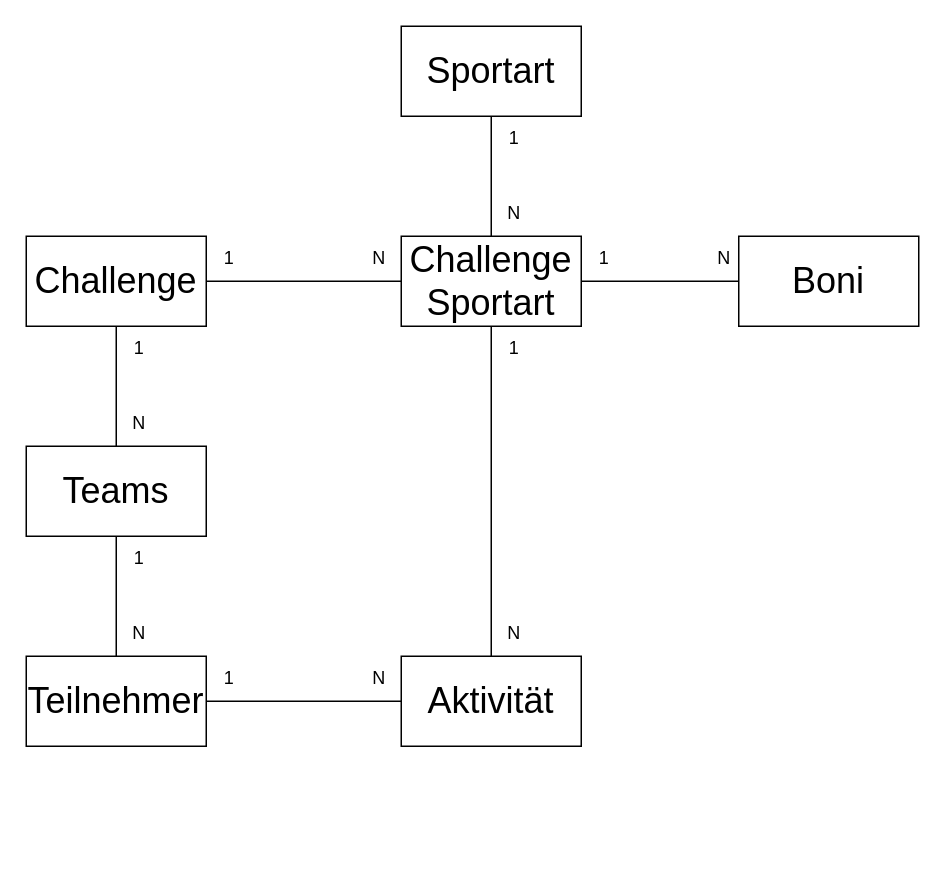
Before: Dokumente/Diagramme/ER.drawio in JasonDuffy/Sport-Challenge-Project, a draw.io diagram. Source tidied: cells renumbered, new cells numbered last; positions are measured from the earlier drawing's top-left corner, leaving out a move shared by most shapes. Both pictures are drawn from the tidied source at 150%, with x=0, y=0 at pixel (26, 26).
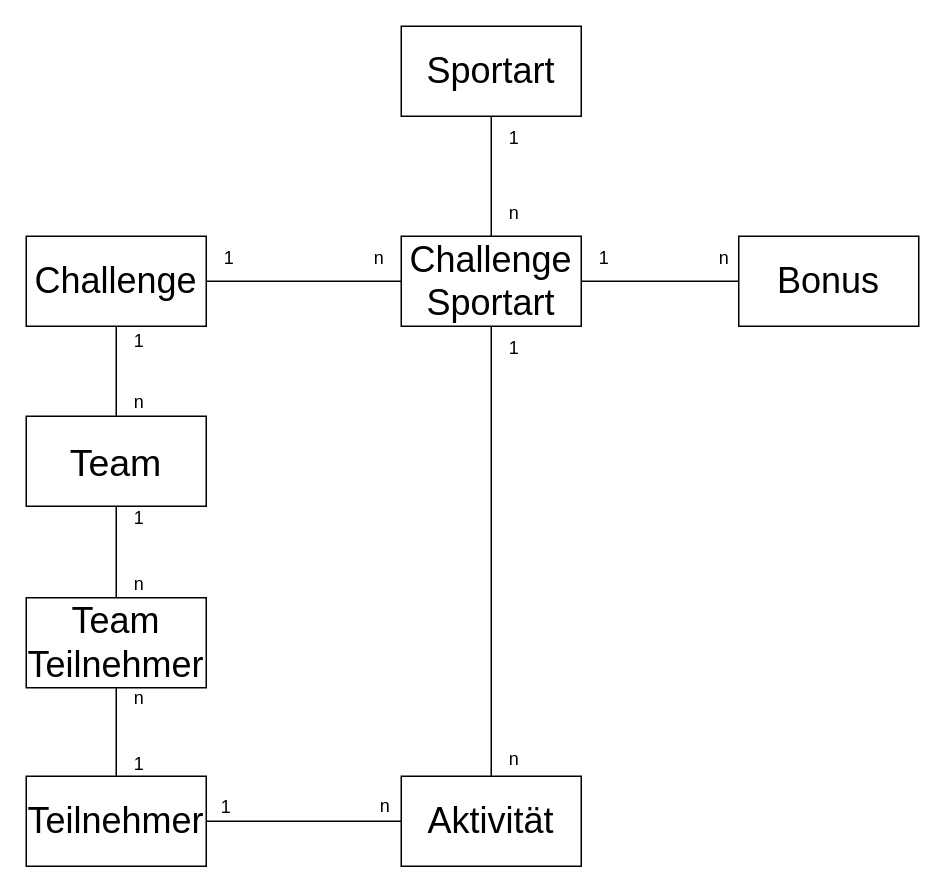
After the change.

Commit message (it also covers changes not shown here):
docs: ER-Diagramm verbessert, Klassendiagramm hinzugefügt, Diagramme zur Dokumentation hinzugefügt

Change to the diagram source:
```diff
@@
-    <mxCell id="3" value="N" style="text;html=1;align=center;verticalAlign=middle;strokeColor=none;fillColor=none;" parent="1" vertex="1">
-      <mxGeometry x="60" y="390" width="30" height="30" as="geometry" />
+    <mxCell id="3" value="n" style="text;html=1;align=center;verticalAlign=middle;strokeColor=none;fillColor=none;" parent="1" vertex="1">
+      <mxGeometry x="224" y="505" width="30" height="30" as="geometry" />
     </mxCell>
-    <mxCell id="4" value="N" style="text;html=1;align=center;verticalAlign=middle;strokeColor=none;fillColor=none;" parent="1" vertex="1">
-      <mxGeometry x="60" y="250" width="30" height="30" as="geometry" />
+    <mxCell id="4" value="n" style="text;html=1;align=center;verticalAlign=middle;strokeColor=none;fillColor=none;" parent="1" vertex="1">
+      <mxGeometry x="60" y="236" width="30" height="30" as="geometry" />
     </mxCell>
-    <mxCell id="5" value="N" style="text;html=1;align=center;verticalAlign=middle;strokeColor=none;fillColor=none;" parent="1" vertex="1">
+    <mxCell id="5" value="n" style="text;html=1;align=center;verticalAlign=middle;strokeColor=none;fillColor=none;" parent="1" vertex="1">
       <mxGeometry x="220" y="140" width="30" height="30" as="geometry" />
     </mxCell>
-    <mxCell id="6" value="N" style="text;html=1;align=center;verticalAlign=middle;strokeColor=none;fillColor=none;" parent="1" vertex="1">
+    <mxCell id="6" value="n" style="text;html=1;align=center;verticalAlign=middle;strokeColor=none;fillColor=none;" parent="1" vertex="1">
       <mxGeometry x="310" y="110" width="30" height="30" as="geometry" />
     </mxCell>
-    <mxCell id="7" value="N" style="text;html=1;align=center;verticalAlign=middle;strokeColor=none;fillColor=none;" parent="1" vertex="1">
+    <mxCell id="7" value="n" style="text;html=1;align=center;verticalAlign=middle;strokeColor=none;fillColor=none;" parent="1" vertex="1">
       <mxGeometry x="450" y="140" width="30" height="30" as="geometry" />
     </mxCell>
-    <mxCell id="8" value="N" style="text;html=1;align=center;verticalAlign=middle;strokeColor=none;fillColor=none;" parent="1" vertex="1">
-      <mxGeometry x="220" y="420" width="30" height="30" as="geometry" />
+    <mxCell id="8" value="n" style="text;html=1;align=center;verticalAlign=middle;strokeColor=none;fillColor=none;" parent="1" vertex="1">
+      <mxGeometry x="60" y="433" width="30" height="30" as="geometry" />
     </mxCell>
-    <mxCell id="9" value="N" style="text;html=1;align=center;verticalAlign=middle;strokeColor=none;fillColor=none;" parent="1" vertex="1">
-      <mxGeometry x="310" y="390" width="30" height="30" as="geometry" />
+    <mxCell id="9" value="1" style="text;html=1;align=center;verticalAlign=middle;strokeColor=none;fillColor=none;" parent="1" vertex="1">
+      <mxGeometry x="118" y="506" width="30" height="30" as="geometry" />
     </mxCell>
@@
     <mxCell id="14" value="1" style="text;html=1;align=center;verticalAlign=middle;strokeColor=none;fillColor=none;" parent="1" vertex="1">
-      <mxGeometry x="60" y="200" width="30" height="30" as="geometry" />
+      <mxGeometry x="60" y="195" width="30" height="30" as="geometry" />
     </mxCell>
     <mxCell id="15" value="1" style="text;html=1;align=center;verticalAlign=middle;strokeColor=none;fillColor=none;" parent="1" vertex="1">
-      <mxGeometry x="60" y="340" width="30" height="30" as="geometry" />
+      <mxGeometry x="60" y="477" width="30" height="30" as="geometry" />
     </mxCell>
     <mxCell id="16" value="1" style="text;html=1;align=center;verticalAlign=middle;strokeColor=none;fillColor=none;" parent="1" vertex="1">
-      <mxGeometry x="120" y="420" width="30" height="30" as="geometry" />
+      <mxGeometry x="60" y="313" width="30" height="30" as="geometry" />
     </mxCell>
@@
+    <mxCell id="30" style="edgeStyle=orthogonalEdgeStyle;rounded=0;jettySize=auto;html=1;entryX=0.5;entryY=0;entryDx=0;entryDy=0;endArrow=none;endFill=0;" parent="1" edge="1" source="18" target="33">
+      <mxGeometry relative="1" as="geometry" />
+    </mxCell>
-    <mxCell id="18" value="&lt;font style=&quot;font-size: 24px;&quot;&gt;Teams&lt;/font&gt;" style="whiteSpace=wrap;html=1;" parent="1" vertex="1">
-      <mxGeometry y="280" width="120" height="60" as="geometry" />
+    <mxCell id="18" value="Team" style="whiteSpace=wrap;html=1;fontSize=25;" parent="1" vertex="1">
+      <mxGeometry y="260" width="120" height="60" as="geometry" />
     </mxCell>
-    <mxCell id="19" value="&lt;font style=&quot;font-size: 24px;&quot;&gt;Boni&lt;/font&gt;" style="whiteSpace=wrap;html=1;" parent="1" vertex="1">
+    <mxCell id="19" value="Bonus" style="whiteSpace=wrap;html=1;fontSize=24;" parent="1" vertex="1">
       <mxGeometry x="475" y="140" width="120" height="60" as="geometry" />
     </mxCell>
@@
     <mxCell id="21" value="&lt;font style=&quot;font-size: 24px;&quot;&gt;Aktivität&lt;/font&gt;" style="whiteSpace=wrap;html=1;" parent="1" vertex="1">
-      <mxGeometry x="250" y="420" width="120" height="60" as="geometry" />
+      <mxGeometry x="250" y="500" width="120" height="60" as="geometry" />
     </mxCell>
+    <mxCell id="31" style="edgeStyle=orthogonalEdgeStyle;rounded=0;jettySize=auto;html=1;entryX=0.5;entryY=1;entryDx=0;entryDy=0;endArrow=none;endFill=0;" parent="1" edge="1" source="22" target="33">
+      <mxGeometry relative="1" as="geometry" />
+    </mxCell>
+    <mxCell id="32" style="edgeStyle=orthogonalEdgeStyle;rounded=0;jettySize=auto;html=1;entryX=0;entryY=0.5;entryDx=0;entryDy=0;endArrow=none;endFill=0;" parent="1" edge="1" source="22" target="21">
+      <mxGeometry relative="1" as="geometry" />
+    </mxCell>
     <mxCell id="22" value="&lt;font style=&quot;font-size: 24px;&quot;&gt;Teilnehmer&lt;/font&gt;" style="whiteSpace=wrap;html=1;" parent="1" vertex="1">
-      <mxGeometry y="420" width="120" height="60" as="geometry" />
+      <mxGeometry y="500" width="120" height="60" as="geometry" />
     </mxCell>
@@
-    <mxCell id="24" style="endArrow=none;html=1;rounded=0;entryX=0;entryY=0.5;entryDx=0;entryDy=0;" parent="1" edge="1" target="21">
-      <mxGeometry relative="1" as="geometry">
-        <mxPoint x="120" y="450" as="sourcePoint" />
-      </mxGeometry>
-    </mxCell>
-    <mxCell id="25" style="endArrow=none;html=1;rounded=0;exitX=0.5;exitY=0;exitDx=0;exitDy=0;" parent="1" edge="1" source="22">
-      <mxGeometry relative="1" as="geometry">
-        <mxPoint x="60" y="340" as="targetPoint" />
-      </mxGeometry>
-    </mxCell>
@@
+    <mxCell id="33" value="Team Teilnehmer" style="whiteSpace=wrap;html=1;fontSize=24;" parent="1" vertex="1">
+      <mxGeometry y="381" width="120" height="60" as="geometry" />
+    </mxCell>
+    <mxCell id="34" value="n" style="text;html=1;align=center;verticalAlign=middle;strokeColor=none;fillColor=none;" parent="1" vertex="1">
+      <mxGeometry x="60" y="357" width="30" height="30" as="geometry" />
+    </mxCell>
+    <mxCell id="35" value="n" style="text;html=1;align=center;verticalAlign=middle;strokeColor=none;fillColor=none;" parent="1" vertex="1">
+      <mxGeometry x="310" y="474" width="30" height="30" as="geometry" />
+    </mxCell>
```
